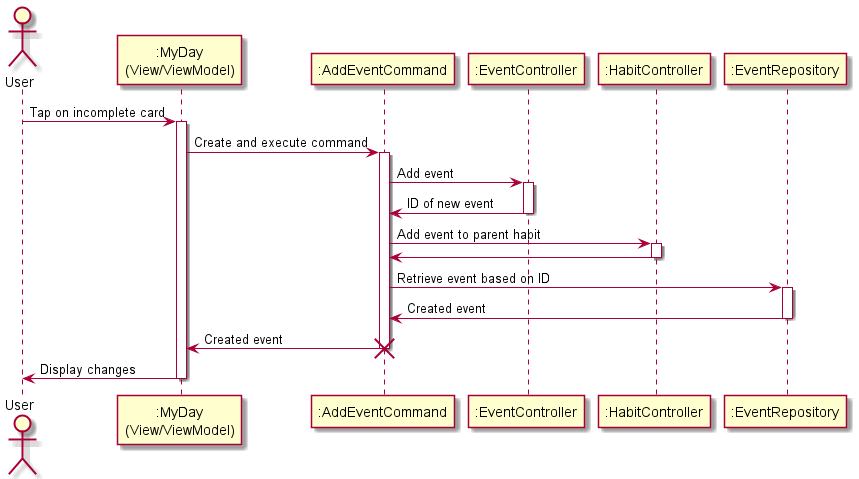
Earlier version of the PlantUML export doc/sequence_my_day_tap_incomplete_card.png (CMPUT301F21T22/Nabu). The source it was exported from:
```plantuml
@startuml

actor User

participant ":MyDay\n(View/ViewModel)" as MyDay

participant ":AddEventCommand" as AddEventCommand

participant ":EventController" as EventController
participant ":HabitController" as HabitController
participant ":EventRepository" as EventRepository

User -> MyDay : Tap on incomplete card
activate MyDay

MyDay -> AddEventCommand : Create and execute command
activate AddEventCommand

AddEventCommand -> EventController : Add event
activate EventController

EventController -> AddEventCommand : ID of new event
deactivate EventController

AddEventCommand -> HabitController : Add event to parent habit
activate HabitController

HabitController -> AddEventCommand
deactivate HabitController

AddEventCommand -> EventRepository : Retrieve event based on ID
activate EventRepository

EventRepository -> AddEventCommand : Created event
deactivate EventRepository

AddEventCommand -> MyDay : Created event
destroy AddEventCommand

MyDay -> User : Display changes
deactivate MyDay

@enduml
```
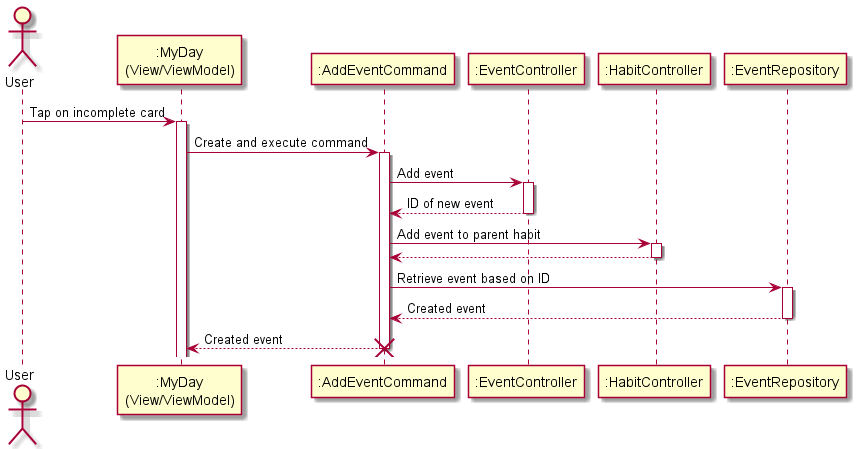
After the change.

What changed in the source:
```diff
@@ -19,25 +19,22 @@
 AddEventCommand -> EventController : Add event
 activate EventController
 
-EventController -> AddEventCommand : ID of new event
+EventController -[dashed]-> AddEventCommand : ID of new event
 deactivate EventController
 
 AddEventCommand -> HabitController : Add event to parent habit
 activate HabitController
 
-HabitController -> AddEventCommand
+HabitController -[dashed]-> AddEventCommand
 deactivate HabitController
 
 AddEventCommand -> EventRepository : Retrieve event based on ID
 activate EventRepository
 
-EventRepository -> AddEventCommand : Created event
+EventRepository -[dashed]-> AddEventCommand : Created event
 deactivate EventRepository
 
-AddEventCommand -> MyDay : Created event
+AddEventCommand -[dashed]-> MyDay : Created event
 destroy AddEventCommand
 
-MyDay -> User : Display changes
-deactivate MyDay
-
 @enduml
```
